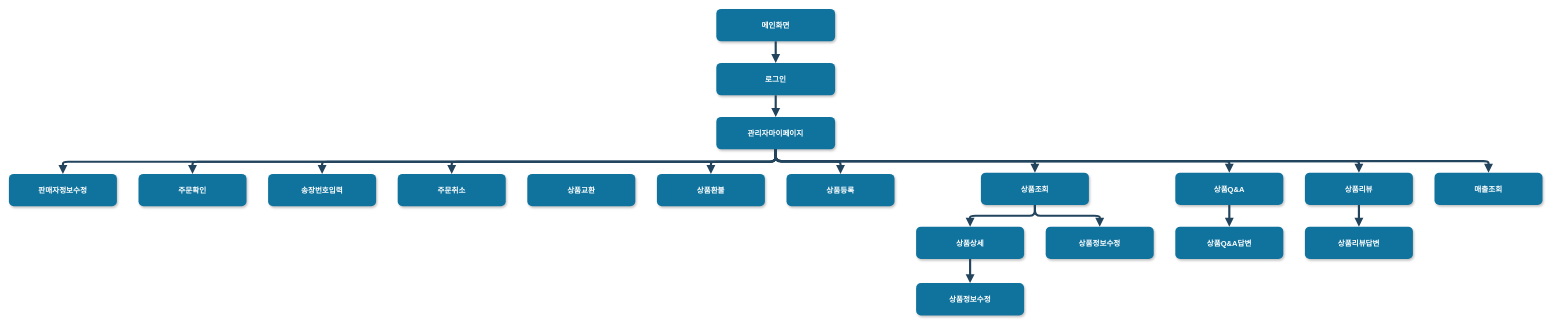
This is page "관리자" (4 of 4) of DBWebDev/tetleaf.drawio from roqhdehd502/WebDev, a draw.io file, before an edit. Source tidied: cells renumbered, new cells numbered last; positions are measured from the earlier drawing's top-left corner, leaving out a move shared by most shapes. Both pictures are drawn from the tidied source at 54%, with x=0, y=0 at pixel (9, 9).
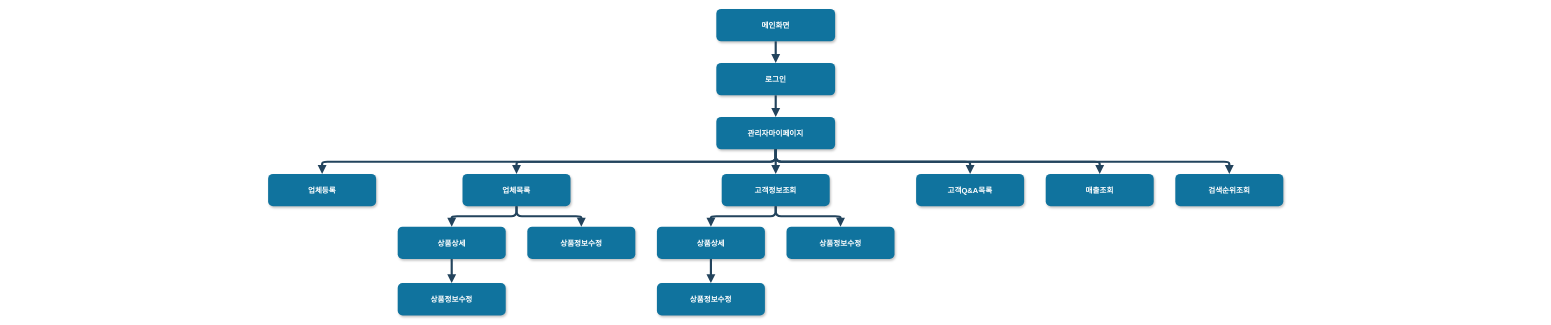
The same page after the edit.

The change refers to these unchanged cells:
```xml
<mxCell id="2" value="관리자마이페이지" style="rounded=1;fillColor=#10739E;strokeColor=none;shadow=1;gradientColor=none;fontStyle=1;fontColor=#FFFFFF;fontSize=14;" parent="1" vertex="1">
  <mxGeometry x="1310" y="200" width="220" height="60" as="geometry" />
</mxCell>
```

The edit, as a diff of the source:
```diff
@@
-    <mxCell id="3" value="판매자정보수정" style="rounded=1;fillColor=#10739E;strokeColor=none;shadow=1;gradientColor=none;fontStyle=1;fontColor=#FFFFFF;fontSize=14;" parent="1" vertex="1">
-      <mxGeometry y="305.5" width="200" height="60" as="geometry" />
+    <mxCell id="3" value="업체등록" style="rounded=1;fillColor=#10739E;strokeColor=none;shadow=1;gradientColor=none;fontStyle=1;fontColor=#FFFFFF;fontSize=14;" parent="1" vertex="1">
+      <mxGeometry x="480" y="305.5" width="200" height="60" as="geometry" />
     </mxCell>
-    <mxCell id="4" value="주문확인" style="rounded=1;fillColor=#10739E;strokeColor=none;shadow=1;gradientColor=none;fontStyle=1;fontColor=#FFFFFF;fontSize=14;" parent="1" vertex="1">
-      <mxGeometry x="240" y="305.5" width="200" height="60" as="geometry" />
+    <mxCell id="4" value="업체목록" style="rounded=1;fillColor=#10739E;strokeColor=none;shadow=1;gradientColor=none;fontStyle=1;fontColor=#FFFFFF;fontSize=14;" parent="1" vertex="1">
+      <mxGeometry x="840" y="305.5" width="200" height="60" as="geometry" />
     </mxCell>
-    <mxCell id="5" value="송장번호입력" style="rounded=1;fillColor=#10739E;strokeColor=none;shadow=1;gradientColor=none;fontStyle=1;fontColor=#FFFFFF;fontSize=14;" parent="1" vertex="1">
-      <mxGeometry x="480" y="305.5" width="200" height="60" as="geometry" />
+    <mxCell id="5" value="고객정보조회" style="rounded=1;fillColor=#10739E;strokeColor=none;shadow=1;gradientColor=none;fontStyle=1;fontColor=#FFFFFF;fontSize=14;" parent="1" vertex="1">
+      <mxGeometry x="1320" y="305.5" width="200" height="60" as="geometry" />
     </mxCell>
-    <mxCell id="6" style="edgeStyle=elbowEdgeStyle;elbow=vertical;strokeWidth=4;endArrow=block;endFill=1;fontStyle=1;strokeColor=#23445D;" parent="1" edge="1" source="2" target="3">
-      <mxGeometry x="292" y="316.5" as="geometry" />
+    <mxCell id="6" style="edgeStyle=elbowEdgeStyle;elbow=vertical;strokeWidth=4;endArrow=block;endFill=1;fontStyle=1;strokeColor=#23445D;exitX=0.5;exitY=1;exitDx=0;exitDy=0;" parent="1" edge="1" source="2" target="3">
+      <mxGeometry x="792" y="316.5" as="geometry" />
     </mxCell>
-    <mxCell id="7" value="주문취소" style="rounded=1;fillColor=#10739E;strokeColor=none;shadow=1;gradientColor=none;fontStyle=1;fontColor=#FFFFFF;fontSize=14;" parent="1" vertex="1">
-      <mxGeometry x="720" y="305.5" width="200" height="60" as="geometry" />
+    <mxCell id="7" value="고객Q&amp;A목록" style="rounded=1;fillColor=#10739E;strokeColor=none;shadow=1;gradientColor=none;fontStyle=1;fontColor=#FFFFFF;fontSize=14;" parent="1" vertex="1">
+      <mxGeometry x="1680" y="305.5" width="200" height="60" as="geometry" />
     </mxCell>
-    <mxCell id="8" value="상품환불" style="rounded=1;fillColor=#10739E;strokeColor=none;shadow=1;gradientColor=none;fontStyle=1;fontColor=#FFFFFF;fontSize=14;" parent="1" vertex="1">
-      <mxGeometry x="1200" y="305.5" width="200" height="60" as="geometry" />
+    <mxCell id="8" value="검색순위조회" style="rounded=1;fillColor=#10739E;strokeColor=none;shadow=1;gradientColor=none;fontStyle=1;fontColor=#FFFFFF;fontSize=14;" parent="1" vertex="1">
+      <mxGeometry x="2160" y="305.5" width="200" height="60" as="geometry" />
     </mxCell>
-    <mxCell id="9" value="상품등록" style="rounded=1;fillColor=#10739E;strokeColor=none;shadow=1;gradientColor=none;fontStyle=1;fontColor=#FFFFFF;fontSize=14;" parent="1" vertex="1">
-      <mxGeometry x="1440" y="305.5" width="200" height="60" as="geometry" />
-    </mxCell>
-    <mxCell id="10" value="상품조회" style="rounded=1;fillColor=#10739E;strokeColor=none;shadow=1;gradientColor=none;fontStyle=1;fontColor=#FFFFFF;fontSize=14;" parent="1" vertex="1">
-      <mxGeometry x="1800" y="303.2" width="200" height="60" as="geometry" />
-    </mxCell>
     <mxCell id="11" style="edgeStyle=elbowEdgeStyle;elbow=vertical;strokeWidth=4;endArrow=block;endFill=1;fontStyle=1;strokeColor=#23445D;exitX=0.5;exitY=1;exitDx=0;exitDy=0;entryX=0.5;entryY=0;entryDx=0;entryDy=0;" parent="1" edge="1" source="2" target="4">
-      <mxGeometry x="302" y="326.5" as="geometry" />
+      <mxGeometry x="802" y="326.5" as="geometry" />
     </mxCell>
     <mxCell id="12" style="edgeStyle=elbowEdgeStyle;elbow=vertical;strokeWidth=4;endArrow=block;endFill=1;fontStyle=1;strokeColor=#23445D;exitX=0.5;exitY=1;exitDx=0;exitDy=0;entryX=0.5;entryY=0;entryDx=0;entryDy=0;" parent="1" edge="1" source="2" target="5">
-      <mxGeometry x="312" y="336.5" as="geometry" />
+      <mxGeometry x="812" y="336.5" as="geometry" />
     </mxCell>
     <mxCell id="13" style="edgeStyle=elbowEdgeStyle;elbow=vertical;strokeWidth=4;endArrow=block;endFill=1;fontStyle=1;strokeColor=#23445D;exitX=0.5;exitY=1;exitDx=0;exitDy=0;entryX=0.5;entryY=0;entryDx=0;entryDy=0;" parent="1" edge="1" source="2" target="7">
-      <mxGeometry x="322" y="346.5" as="geometry" />
+      <mxGeometry x="822" y="346.5" as="geometry" />
     </mxCell>
     <mxCell id="14" style="edgeStyle=elbowEdgeStyle;elbow=vertical;strokeWidth=4;endArrow=block;endFill=1;fontStyle=1;strokeColor=#23445D;exitX=0.5;exitY=1;exitDx=0;exitDy=0;entryX=0.5;entryY=0;entryDx=0;entryDy=0;" parent="1" edge="1" source="2" target="8">
-      <mxGeometry x="332" y="356.5" as="geometry" />
+      <mxGeometry x="832" y="356.5" as="geometry" />
     </mxCell>
-    <mxCell id="15" style="edgeStyle=elbowEdgeStyle;elbow=vertical;strokeWidth=4;endArrow=block;endFill=1;fontStyle=1;strokeColor=#23445D;entryX=0.5;entryY=0;entryDx=0;entryDy=0;exitX=0.5;exitY=1;exitDx=0;exitDy=0;" parent="1" edge="1" source="2" target="9">
-      <mxGeometry x="352" y="376.5" as="geometry" />
-    </mxCell>
-    <mxCell id="16" style="edgeStyle=elbowEdgeStyle;elbow=vertical;strokeWidth=4;endArrow=block;endFill=1;fontStyle=1;strokeColor=#23445D;entryX=0.5;entryY=0;entryDx=0;entryDy=0;exitX=0.5;exitY=1;exitDx=0;exitDy=0;" parent="1" edge="1" source="2" target="10">
-      <mxGeometry x="2101.6" y="774.5" as="geometry" />
-    </mxCell>
     <mxCell id="17" value="상품상세" style="rounded=1;fillColor=#10739E;strokeColor=none;shadow=1;gradientColor=none;fontStyle=1;fontColor=#FFFFFF;fontSize=14;" parent="1" vertex="1">
-      <mxGeometry x="1680" y="403.2" width="200" height="60" as="geometry" />
+      <mxGeometry x="1200" y="403.2" width="200" height="60" as="geometry" />
     </mxCell>
     <mxCell id="18" value="상품정보수정" style="rounded=1;fillColor=#10739E;strokeColor=none;shadow=1;gradientColor=none;fontStyle=1;fontColor=#FFFFFF;fontSize=14;" parent="1" vertex="1">
-      <mxGeometry x="1680" y="507.8" width="200" height="60" as="geometry" />
+      <mxGeometry x="1200" y="507.8" width="200" height="60" as="geometry" />
     </mxCell>
     <mxCell id="19" style="edgeStyle=elbowEdgeStyle;elbow=vertical;strokeWidth=4;endArrow=block;endFill=1;fontStyle=1;strokeColor=#23445D;exitX=0.5;exitY=1;exitDx=0;exitDy=0;entryX=0.5;entryY=0;entryDx=0;entryDy=0;" parent="1" edge="1" source="17" target="18">
-      <mxGeometry x="-378.4" y="667.8" as="geometry" />
+      <mxGeometry x="-858.4" y="667.8" as="geometry" />
     </mxCell>
@@
-    <mxCell id="24" value="상품Q&amp;A" style="rounded=1;fillColor=#10739E;strokeColor=none;shadow=1;gradientColor=none;fontStyle=1;fontColor=#FFFFFF;fontSize=14;" parent="1" vertex="1">
-      <mxGeometry x="2160" y="303.2" width="200" height="60" as="geometry" />
-    </mxCell>
-    <mxCell id="25" value="상품리뷰" style="rounded=1;fillColor=#10739E;strokeColor=none;shadow=1;gradientColor=none;fontStyle=1;fontColor=#FFFFFF;fontSize=14;" parent="1" vertex="1">
-      <mxGeometry x="2400" y="303.2" width="200" height="60" as="geometry" />
-    </mxCell>
-    <mxCell id="26" value="매출조회" style="rounded=1;fillColor=#10739E;strokeColor=none;shadow=1;gradientColor=none;fontStyle=1;fontColor=#FFFFFF;fontSize=14;" parent="1" vertex="1">
-      <mxGeometry x="2640" y="303.2" width="200" height="60" as="geometry" />
-    </mxCell>
-    <mxCell id="27" value="상품Q&amp;A답변" style="rounded=1;fillColor=#10739E;strokeColor=none;shadow=1;gradientColor=none;fontStyle=1;fontColor=#FFFFFF;fontSize=14;" parent="1" vertex="1">
-      <mxGeometry x="2160" y="403.2" width="200" height="60" as="geometry" />
-    </mxCell>
-    <mxCell id="28" value="상품리뷰답변" style="rounded=1;fillColor=#10739E;strokeColor=none;shadow=1;gradientColor=none;fontStyle=1;fontColor=#FFFFFF;fontSize=14;" parent="1" vertex="1">
-      <mxGeometry x="2400" y="403.2" width="200" height="60" as="geometry" />
-    </mxCell>
-    <mxCell id="29" value="상품교환" style="rounded=1;fillColor=#10739E;strokeColor=none;shadow=1;gradientColor=none;fontStyle=1;fontColor=#FFFFFF;fontSize=14;" parent="1" vertex="1">
-      <mxGeometry x="960" y="305.5" width="200" height="60" as="geometry" />
+    <mxCell id="29" value="매출조회" style="rounded=1;fillColor=#10739E;strokeColor=none;shadow=1;gradientColor=none;fontStyle=1;fontColor=#FFFFFF;fontSize=14;" parent="1" vertex="1">
+      <mxGeometry x="1920" y="305.5" width="200" height="60" as="geometry" />
     </mxCell>
     <mxCell id="30" value="상품정보수정" style="rounded=1;fillColor=#10739E;strokeColor=none;shadow=1;gradientColor=none;fontStyle=1;fontColor=#FFFFFF;fontSize=14;" parent="1" vertex="1">
-      <mxGeometry x="1920" y="403.2" width="200" height="60" as="geometry" />
+      <mxGeometry x="1440" y="403.2" width="200" height="60" as="geometry" />
     </mxCell>
-    <mxCell id="31" style="edgeStyle=elbowEdgeStyle;elbow=vertical;strokeWidth=4;endArrow=block;endFill=1;fontStyle=1;strokeColor=#23445D;exitX=0.5;exitY=1;exitDx=0;exitDy=0;entryX=0.5;entryY=0;entryDx=0;entryDy=0;" parent="1" edge="1" source="10" target="17">
-      <mxGeometry x="-368.4" y="677.8" as="geometry" />
-    </mxCell>
-    <mxCell id="32" style="edgeStyle=elbowEdgeStyle;elbow=vertical;strokeWidth=4;endArrow=block;endFill=1;fontStyle=1;strokeColor=#23445D;exitX=0.5;exitY=1;exitDx=0;exitDy=0;entryX=0.5;entryY=0;entryDx=0;entryDy=0;" parent="1" edge="1" source="10" target="30">
-      <mxGeometry x="-358.4" y="687.8" as="geometry" />
-    </mxCell>
-    <mxCell id="33" style="edgeStyle=elbowEdgeStyle;elbow=vertical;strokeWidth=4;endArrow=block;endFill=1;fontStyle=1;strokeColor=#23445D;exitX=0.5;exitY=1;exitDx=0;exitDy=0;entryX=0.5;entryY=0;entryDx=0;entryDy=0;" parent="1" edge="1" source="24" target="27">
-      <mxGeometry x="-348.4" y="697.8" as="geometry" />
-    </mxCell>
-    <mxCell id="34" style="edgeStyle=elbowEdgeStyle;elbow=vertical;strokeWidth=4;endArrow=block;endFill=1;fontStyle=1;strokeColor=#23445D;exitX=0.5;exitY=1;exitDx=0;exitDy=0;entryX=0.5;entryY=0;entryDx=0;entryDy=0;" parent="1" edge="1" source="25" target="28">
-      <mxGeometry x="-338.4" y="707.8" as="geometry" />
-    </mxCell>
-    <mxCell id="35" style="edgeStyle=elbowEdgeStyle;elbow=vertical;strokeWidth=4;endArrow=block;endFill=1;fontStyle=1;strokeColor=#23445D;exitX=0.5;exitY=1;exitDx=0;exitDy=0;entryX=0.5;entryY=0;entryDx=0;entryDy=0;" parent="1" edge="1" source="2" target="26">
-      <mxGeometry x="-328.4" y="717.8" as="geometry" />
-    </mxCell>
-    <mxCell id="36" style="edgeStyle=elbowEdgeStyle;elbow=vertical;strokeWidth=4;endArrow=block;endFill=1;fontStyle=1;strokeColor=#23445D;exitX=0.5;exitY=1;exitDx=0;exitDy=0;entryX=0.5;entryY=0;entryDx=0;entryDy=0;" parent="1" edge="1" source="2" target="25">
-      <mxGeometry x="-328.4" y="717.8" as="geometry" />
-    </mxCell>
-    <mxCell id="37" style="edgeStyle=elbowEdgeStyle;elbow=vertical;strokeWidth=4;endArrow=block;endFill=1;fontStyle=1;strokeColor=#23445D;exitX=0.5;exitY=1;exitDx=0;exitDy=0;entryX=0.5;entryY=0;entryDx=0;entryDy=0;" parent="1" edge="1" source="2" target="24">
-      <mxGeometry x="-338.4" y="707.8" as="geometry" />
-    </mxCell>
+    <mxCell id="38" value="상품상세" style="rounded=1;fillColor=#10739E;strokeColor=none;shadow=1;gradientColor=none;fontStyle=1;fontColor=#FFFFFF;fontSize=14;" parent="1" vertex="1">
+      <mxGeometry x="720" y="403.2" width="200" height="60" as="geometry" />
+    </mxCell>
+    <mxCell id="39" value="상품정보수정" style="rounded=1;fillColor=#10739E;strokeColor=none;shadow=1;gradientColor=none;fontStyle=1;fontColor=#FFFFFF;fontSize=14;" parent="1" vertex="1">
+      <mxGeometry x="720" y="507.8" width="200" height="60" as="geometry" />
+    </mxCell>
+    <mxCell id="40" style="edgeStyle=elbowEdgeStyle;elbow=vertical;strokeWidth=4;endArrow=block;endFill=1;fontStyle=1;strokeColor=#23445D;exitX=0.5;exitY=1;exitDx=0;exitDy=0;entryX=0.5;entryY=0;entryDx=0;entryDy=0;" parent="1" edge="1" source="38" target="39">
+      <mxGeometry x="-1338.4" y="667.8" as="geometry" />
+    </mxCell>
+    <mxCell id="41" value="상품정보수정" style="rounded=1;fillColor=#10739E;strokeColor=none;shadow=1;gradientColor=none;fontStyle=1;fontColor=#FFFFFF;fontSize=14;" parent="1" vertex="1">
+      <mxGeometry x="960" y="403.2" width="200" height="60" as="geometry" />
+    </mxCell>
+    <mxCell id="42" style="edgeStyle=elbowEdgeStyle;elbow=vertical;strokeWidth=4;endArrow=block;endFill=1;fontStyle=1;strokeColor=#23445D;exitX=0.5;exitY=1;exitDx=0;exitDy=0;entryX=0.5;entryY=0;entryDx=0;entryDy=0;" parent="1" edge="1" source="4" target="38">
+      <mxGeometry x="-1328.4" y="677.8" as="geometry" />
+    </mxCell>
+    <mxCell id="43" style="edgeStyle=elbowEdgeStyle;elbow=vertical;strokeWidth=4;endArrow=block;endFill=1;fontStyle=1;strokeColor=#23445D;exitX=0.5;exitY=1;exitDx=0;exitDy=0;entryX=0.5;entryY=0;entryDx=0;entryDy=0;" parent="1" edge="1" source="4" target="41">
+      <mxGeometry x="-1318.4" y="687.8" as="geometry" />
+    </mxCell>
+    <mxCell id="44" style="edgeStyle=elbowEdgeStyle;elbow=vertical;strokeWidth=4;endArrow=block;endFill=1;fontStyle=1;strokeColor=#23445D;exitX=0.5;exitY=1;exitDx=0;exitDy=0;entryX=0.5;entryY=0;entryDx=0;entryDy=0;" parent="1" edge="1" source="5" target="17">
+      <mxGeometry x="-848.4" y="677.8" as="geometry" />
+    </mxCell>
+    <mxCell id="45" style="edgeStyle=elbowEdgeStyle;elbow=vertical;strokeWidth=4;endArrow=block;endFill=1;fontStyle=1;strokeColor=#23445D;exitX=0.5;exitY=1;exitDx=0;exitDy=0;entryX=0.5;entryY=0;entryDx=0;entryDy=0;" parent="1" edge="1" source="5" target="30">
+      <mxGeometry x="-838.4" y="687.8" as="geometry" />
+    </mxCell>
+    <mxCell id="46" style="edgeStyle=elbowEdgeStyle;elbow=vertical;strokeWidth=4;endArrow=block;endFill=1;fontStyle=1;strokeColor=#23445D;exitX=0.5;exitY=1;exitDx=0;exitDy=0;entryX=0.5;entryY=0;entryDx=0;entryDy=0;" parent="1" edge="1" source="2" target="29">
+      <mxGeometry x="231.6" y="290" as="geometry" />
+    </mxCell>
```
